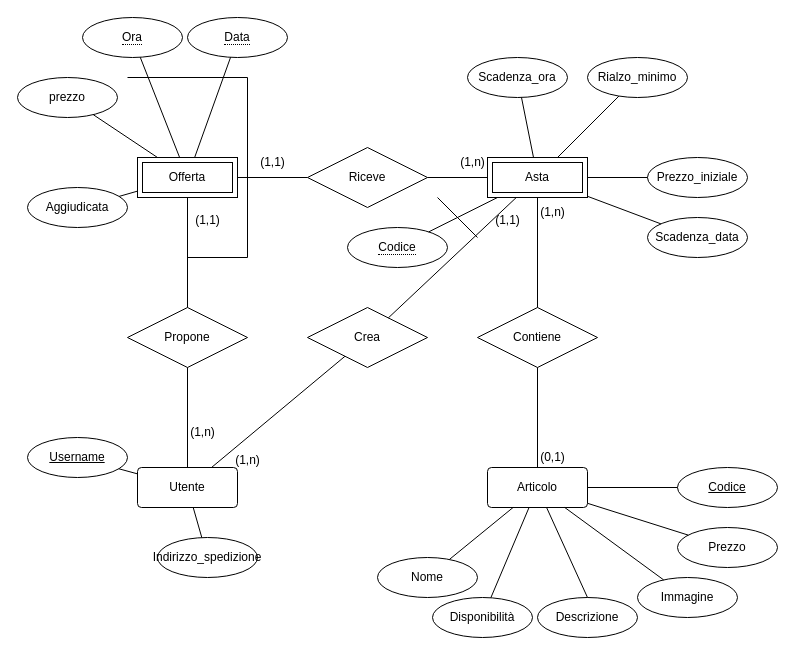
Earlier version of the draw.io diagram diagrams_source_code/progetto_concettuale_DB_source_code.drawio (marcolaurenzi/progettoTIW). Source tidied: cells renumbered, new cells numbered last; positions are measured from the earlier drawing's top-left corner, leaving out a move shared by most shapes. Both pictures are drawn from the tidied source at 100%, with x=0, y=0 at pixel (17, 17).
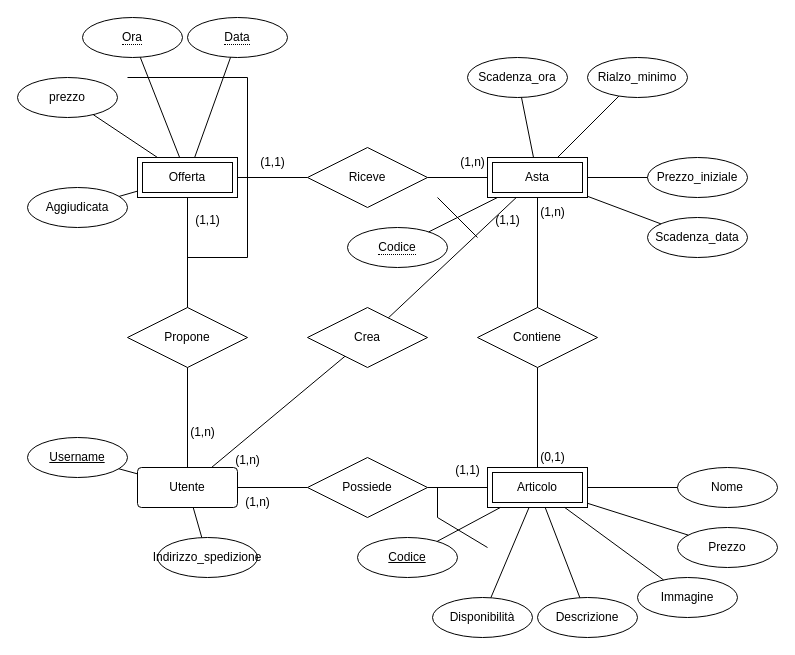
Above is the later version.

Commit message (it also covers changes not shown here):
added Possiede relationship

Unchanged cells that the change refers to:
```xml
<mxCell id="3" value="Utente" style="rounded=1;arcSize=10;whiteSpace=wrap;html=1;align=center;" parent="1" vertex="1">
  <mxGeometry x="120" y="450" width="100" height="40" as="geometry" />
</mxCell>
<mxCell id="5" value="Prezzo" style="ellipse;whiteSpace=wrap;html=1;align=center;" parent="1" vertex="1">
  <mxGeometry x="660" y="510" width="100" height="40" as="geometry" />
</mxCell>
<mxCell id="6" value="Immagine" style="ellipse;whiteSpace=wrap;html=1;align=center;" parent="1" vertex="1">
  <mxGeometry x="620" y="560" width="100" height="40" as="geometry" />
</mxCell>
<mxCell id="7" value="Descrizione" style="ellipse;whiteSpace=wrap;html=1;align=center;" parent="1" vertex="1">
  <mxGeometry x="520" y="580" width="100" height="40" as="geometry" />
</mxCell>
<mxCell id="14" value="Contiene" style="shape=rhombus;perimeter=rhombusPerimeter;whiteSpace=wrap;html=1;align=center;" parent="1" vertex="1">
  <mxGeometry x="460" y="290" width="120" height="60" as="geometry" />
</mxCell>
<mxCell id="20" value="Disponibilità" style="ellipse;whiteSpace=wrap;html=1;align=center;" parent="1" vertex="1">
  <mxGeometry x="415" y="580" width="100" height="40" as="geometry" />
</mxCell>
```

Diff of the diagram source:
```diff
@@
-    <mxCell id="2" value="&lt;div&gt;Articolo&lt;/div&gt;" style="rounded=1;arcSize=10;whiteSpace=wrap;html=1;align=center;" parent="1" vertex="1">
-      <mxGeometry x="470" y="450" width="100" height="40" as="geometry" />
-    </mxCell>
@@
     <mxCell id="4" value="&lt;div&gt;Codice&lt;/div&gt;" style="ellipse;whiteSpace=wrap;html=1;align=center;fontStyle=4;" parent="1" vertex="1">
-      <mxGeometry x="660" y="450" width="100" height="40" as="geometry" />
+      <mxGeometry x="340" y="520" width="100" height="40" as="geometry" />
     </mxCell>
@@
     <mxCell id="8" value="Nome" style="ellipse;whiteSpace=wrap;html=1;align=center;" parent="1" vertex="1">
-      <mxGeometry x="360" y="540" width="100" height="40" as="geometry" />
+      <mxGeometry x="660" y="450" width="100" height="40" as="geometry" />
     </mxCell>
-    <mxCell id="9" style="endArrow=none;html=1;rounded=0;" parent="1" edge="1" source="8" target="2">
-      <mxGeometry relative="1" as="geometry" />
-    </mxCell>
-    <mxCell id="10" style="endArrow=none;html=1;rounded=0;" parent="1" edge="1" source="6" target="2">
-      <mxGeometry relative="1" as="geometry" />
-    </mxCell>
-    <mxCell id="11" style="endArrow=none;html=1;rounded=0;exitX=0.5;exitY=0;exitDx=0;exitDy=0;" parent="1" edge="1" source="7" target="2">
-      <mxGeometry relative="1" as="geometry" />
-    </mxCell>
-    <mxCell id="12" style="endArrow=none;html=1;rounded=0;" parent="1" edge="1" source="2" target="5">
-      <mxGeometry relative="1" as="geometry" />
-    </mxCell>
-    <mxCell id="13" style="endArrow=none;html=1;rounded=0;" parent="1" edge="1" source="4" target="2">
-      <mxGeometry relative="1" as="geometry" />
-    </mxCell>
@@
-    <mxCell id="17" style="endArrow=none;html=1;rounded=0;entryX=0.5;entryY=1;entryDx=0;entryDy=0;exitX=0.5;exitY=0;exitDx=0;exitDy=0;" parent="1" edge="1" source="2" target="14">
-      <mxGeometry relative="1" as="geometry" />
+    <mxCell id="17" style="endArrow=none;html=1;rounded=0;entryX=0.5;entryY=1;entryDx=0;entryDy=0;exitX=0.5;exitY=0;exitDx=0;exitDy=0;" parent="1" edge="1" target="14">
+      <mxGeometry relative="1" as="geometry">
+        <mxPoint x="520" y="450" as="sourcePoint" />
+      </mxGeometry>
     </mxCell>
@@
-    <mxCell id="38" style="endArrow=none;html=1;rounded=0;" parent="1" edge="1" source="2" target="20">
-      <mxGeometry relative="1" as="geometry" />
-    </mxCell>
@@
+    <mxCell id="62" value="Possiede" style="shape=rhombus;perimeter=rhombusPerimeter;whiteSpace=wrap;html=1;align=center;" parent="1" vertex="1">
+      <mxGeometry x="290" y="440" width="120" height="60" as="geometry" />
+    </mxCell>
+    <mxCell id="63" style="endArrow=none;html=1;rounded=0;" parent="1" edge="1" source="3" target="62">
+      <mxGeometry relative="1" as="geometry" />
+    </mxCell>
+    <mxCell id="64" style="endArrow=none;html=1;rounded=0;" parent="1" edge="1" source="62">
+      <mxGeometry relative="1" as="geometry">
+        <mxPoint x="470" y="470" as="targetPoint" />
+      </mxGeometry>
+    </mxCell>
+    <mxCell id="65" value="(1,1)" style="text;html=1;align=center;verticalAlign=middle;strokeColor=none;fillColor=none;" parent="1" vertex="1">
+      <mxGeometry x="425" y="438" width="50" height="30" as="geometry" />
+    </mxCell>
+    <mxCell id="66" value="(1,n)" style="text;html=1;align=center;verticalAlign=middle;strokeColor=none;fillColor=none;" parent="1" vertex="1">
+      <mxGeometry x="215" y="470" width="50" height="30" as="geometry" />
+    </mxCell>
+    <mxCell id="2" value="Articolo" style="shape=ext;margin=3;double=1;whiteSpace=wrap;html=1;align=center;" parent="1" vertex="1">
+      <mxGeometry x="470" y="450" width="100" height="40" as="geometry" />
+    </mxCell>
+    <mxCell id="13" style="endArrow=none;html=1;rounded=0;" parent="1" edge="1" source="4" target="2">
+      <mxGeometry relative="1" as="geometry" />
+    </mxCell>
+    <mxCell id="9" style="endArrow=none;html=1;rounded=0;" parent="1" edge="1" source="8" target="2">
+      <mxGeometry relative="1" as="geometry" />
+    </mxCell>
+    <mxCell id="12" style="endArrow=none;html=1;rounded=0;" parent="1" edge="1" source="2" target="5">
+      <mxGeometry relative="1" as="geometry" />
+    </mxCell>
+    <mxCell id="67" style="endArrow=none;html=1;rounded=0;" parent="1" edge="1" source="2" target="6">
+      <mxGeometry relative="1" as="geometry" />
+    </mxCell>
+    <mxCell id="68" style="endArrow=none;html=1;rounded=0;" parent="1" edge="1" source="2" target="7">
+      <mxGeometry relative="1" as="geometry" />
+    </mxCell>
+    <mxCell id="38" style="endArrow=none;html=1;rounded=0;" parent="1" edge="1" source="2" target="20">
+      <mxGeometry relative="1" as="geometry" />
+    </mxCell>
+    <mxCell id="69" style="endArrow=none;html=1;rounded=0;" parent="1" edge="1">
+      <mxGeometry relative="1" as="geometry">
+        <mxPoint x="420" y="470" as="sourcePoint" />
+        <mxPoint x="470" y="530" as="targetPoint" />
+        <Array as="points">
+          <mxPoint x="420" y="500" />
+        </Array>
+      </mxGeometry>
+    </mxCell>
```
